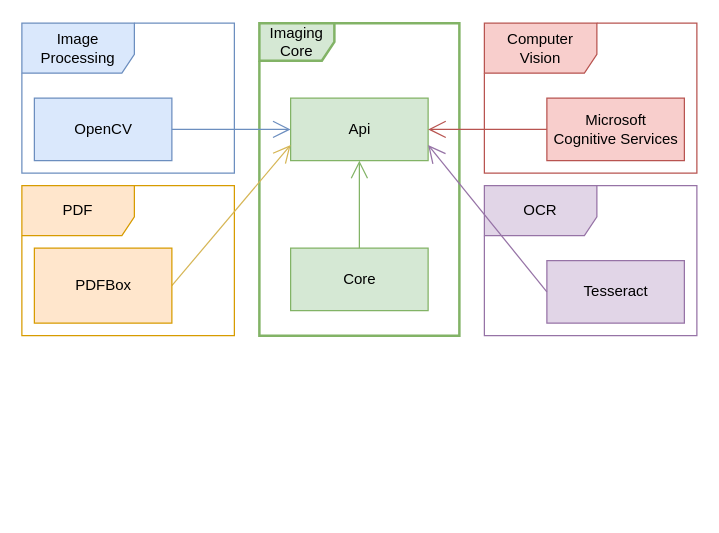
Earlier version of the draw.io diagram documentation/imaging_structure.drawio (FHOOEAIST/imaging). Source tidied: cells renumbered, new cells numbered last; positions are measured from the earlier drawing's top-left corner, leaving out a move shared by most shapes. Both pictures are drawn from the tidied source at 125%, with x=0, y=0 at pixel (21, 22).
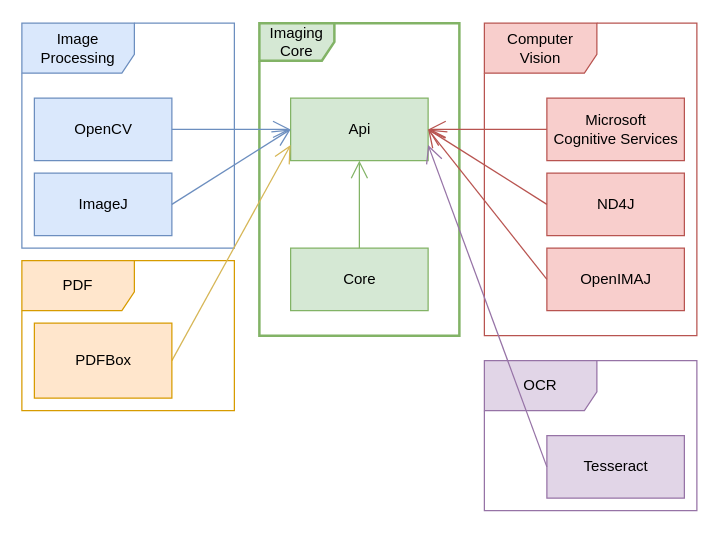
The same page after the edit.

Unchanged cells that the change refers to:
```xml
<mxCell id="7" value="Api" style="html=1;fillColor=#d5e8d4;strokeColor=#82b366;" parent="1" vertex="1">
  <mxGeometry x="215" y="60" width="110" height="50" as="geometry" />
</mxCell>
```

Diff of the diagram source:
```diff
@@
     <mxCell id="2" value="Computer Vision" style="shape=umlFrame;whiteSpace=wrap;html=1;width=90;height=40;fillColor=#f8cecc;strokeColor=#b85450;" parent="1" vertex="1">
-      <mxGeometry x="370" width="170" height="120" as="geometry" />
+      <mxGeometry x="370" width="170" height="250" as="geometry" />
     </mxCell>
     <mxCell id="3" value="Image Processing" style="shape=umlFrame;whiteSpace=wrap;html=1;width=90;height=40;fillColor=#dae8fc;strokeColor=#6c8ebf;" parent="1" vertex="1">
-      <mxGeometry width="170" height="120" as="geometry" />
+      <mxGeometry width="170" height="180" as="geometry" />
     </mxCell>
@@
     <mxCell id="5" value="PDF" style="shape=umlFrame;whiteSpace=wrap;html=1;width=90;height=40;fillColor=#ffe6cc;strokeColor=#d79b00;" parent="1" vertex="1">
-      <mxGeometry y="130" width="170" height="120" as="geometry" />
+      <mxGeometry y="190" width="170" height="120" as="geometry" />
     </mxCell>
     <mxCell id="6" value="OCR" style="shape=umlFrame;whiteSpace=wrap;html=1;width=90;height=40;fillColor=#e1d5e7;strokeColor=#9673a6;" parent="1" vertex="1">
-      <mxGeometry x="370" y="130" width="170" height="120" as="geometry" />
+      <mxGeometry x="370" y="270" width="170" height="120" as="geometry" />
     </mxCell>
@@
     <mxCell id="11" value="PDFBox" style="html=1;fillColor=#ffe6cc;strokeColor=#d79b00;" parent="1" vertex="1">
-      <mxGeometry x="10" y="180" width="110" height="60" as="geometry" />
+      <mxGeometry x="10" y="240" width="110" height="60" as="geometry" />
     </mxCell>
     <mxCell id="12" value="Tesseract&lt;br&gt;" style="html=1;fillColor=#e1d5e7;strokeColor=#9673a6;" parent="1" vertex="1">
-      <mxGeometry x="420" y="190" width="110" height="50" as="geometry" />
+      <mxGeometry x="420" y="330" width="110" height="50" as="geometry" />
     </mxCell>
@@
+    <mxCell id="18" value="ImageJ" style="html=1;fillColor=#dae8fc;strokeColor=#6c8ebf;" parent="1" vertex="1">
+      <mxGeometry x="10" y="120" width="110" height="50" as="geometry" />
+    </mxCell>
+    <mxCell id="19" style="endArrow=open;endFill=1;endSize=12;html=1;fillColor=#dae8fc;strokeColor=#6c8ebf;entryX=0;entryY=0.5;entryDx=0;entryDy=0;exitX=1;exitY=0.5;exitDx=0;exitDy=0;" parent="1" edge="1" source="18" target="7">
+      <mxGeometry relative="1" as="geometry" />
+    </mxCell>
+    <mxCell id="20" value="ND4J" style="html=1;fillColor=#f8cecc;strokeColor=#b85450;" parent="1" vertex="1">
+      <mxGeometry x="420" y="120" width="110" height="50" as="geometry" />
+    </mxCell>
+    <mxCell id="21" style="endArrow=open;endFill=1;endSize=12;html=1;fillColor=#f8cecc;strokeColor=#b85450;entryX=1;entryY=0.5;entryDx=0;entryDy=0;exitX=0;exitY=0.5;exitDx=0;exitDy=0;" parent="1" edge="1" source="20" target="7">
+      <mxGeometry relative="1" as="geometry" />
+    </mxCell>
+    <mxCell id="22" value="OpenIMAJ" style="html=1;fillColor=#f8cecc;strokeColor=#b85450;" parent="1" vertex="1">
+      <mxGeometry x="420" y="180" width="110" height="50" as="geometry" />
+    </mxCell>
+    <mxCell id="23" style="endArrow=open;endFill=1;endSize=12;html=1;fillColor=#f8cecc;strokeColor=#b85450;exitX=0;exitY=0.5;exitDx=0;exitDy=0;entryX=1;entryY=0.5;entryDx=0;entryDy=0;" parent="1" edge="1" source="22" target="7">
+      <mxGeometry relative="1" as="geometry" />
+    </mxCell>
```
